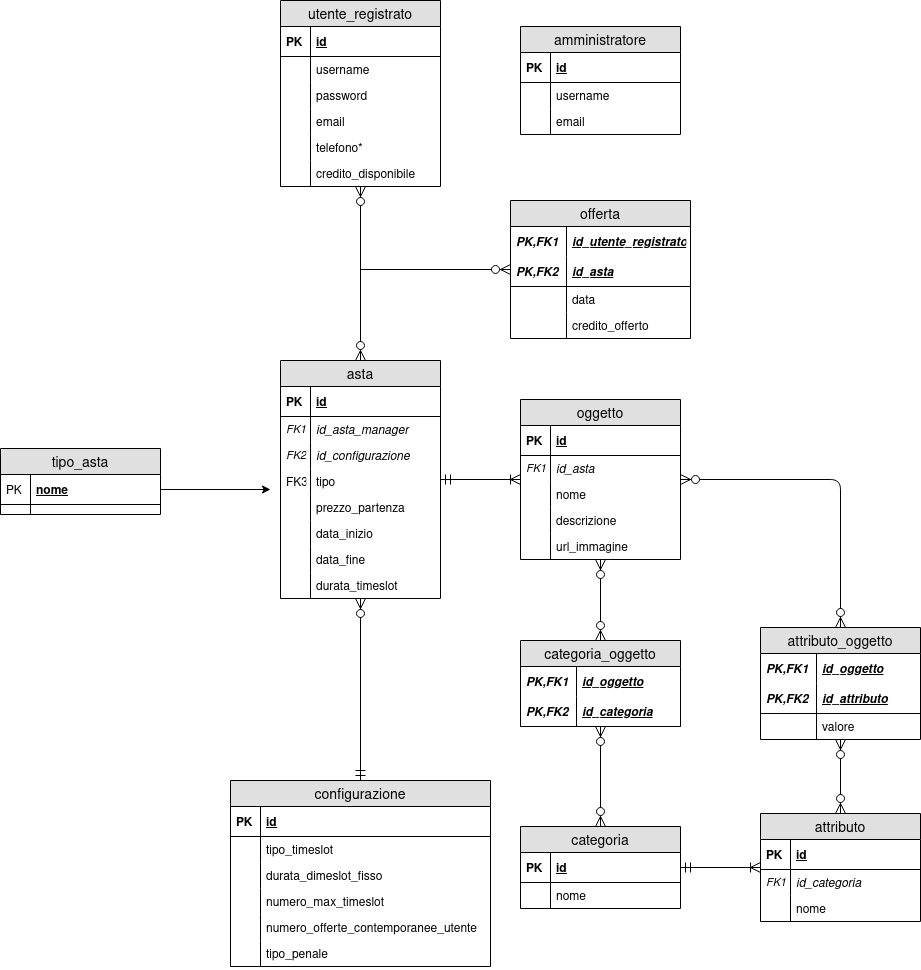
This is Documentazione/Progettazione/Database/Progettazione logica/Relational Model Diagram.png from UnimibSoftEngCourse1920/progetto-aste-2-gruppo-aste-2, a draw.io export, as it was before one commit. Source tidied: cells renumbered, new cells last; positions are measured from the earlier drawing's top-left corner, leaving out a move shared by most shapes.
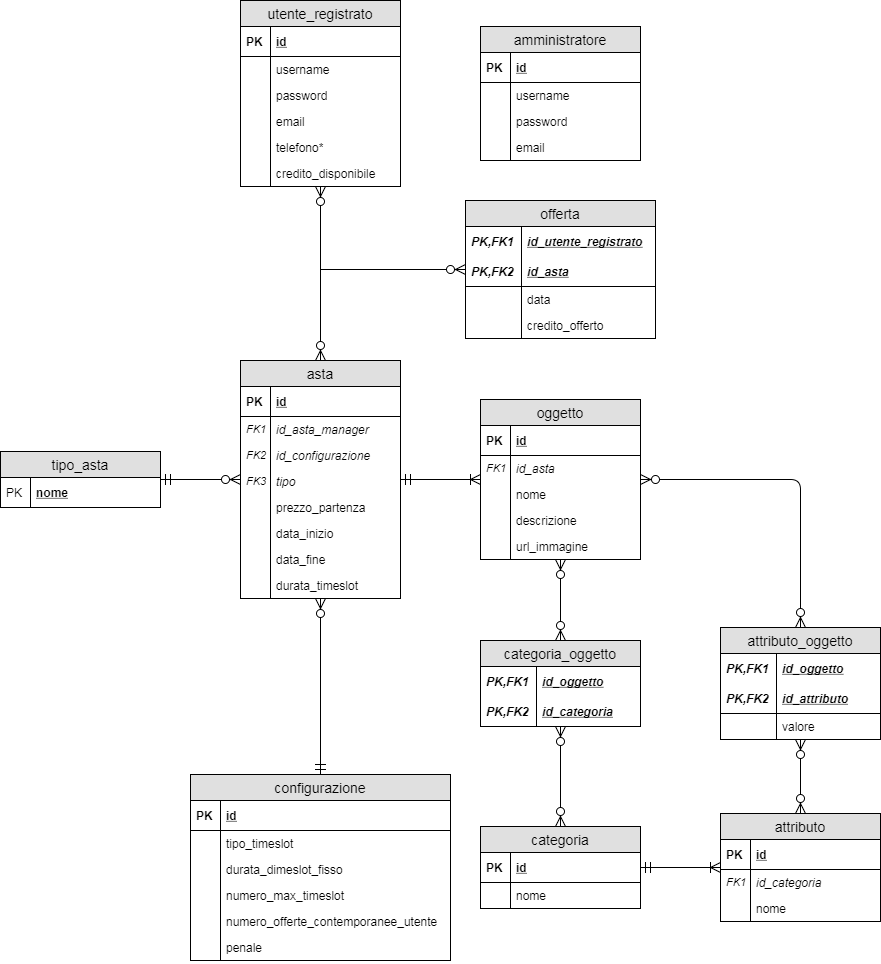
The same diagram one commit later.

Commit message:
Updated Class Diagram and Database Diagrams

The edit, as a diff of the source:
```diff
@@ -42,7 +42,7 @@
       <mxGeometry width="30" height="26" as="geometry" />
     </mxCell>
     <mxCell id="15" value="amministratore" style="swimlane;fontStyle=0;horizontal=1;startSize=26;fillColor=#e0e0e0;swimlaneFillColor=#ffffff;align=center;fontSize=14;" parent="1" vertex="1">
-      <mxGeometry x="520" y="26" width="160" height="108" as="geometry" />
+      <mxGeometry x="520" y="26" width="160" height="134" as="geometry" />
     </mxCell>
     <mxCell id="16" value="id" style="shape=partialRectangle;top=0;left=0;right=0;bottom=1;align=left;verticalAlign=middle;fillColor=none;spacingLeft=34;spacingRight=4;overflow=hidden;fontStyle=5;fontSize=12;" parent="15" vertex="1">
       <mxGeometry y="26" width="160" height="30" as="geometry" />
@@ -56,8 +56,14 @@
     <mxCell id="19" style="shape=partialRectangle;top=0;left=0;bottom=0;fillColor=none;align=left;verticalAlign=top;spacingLeft=4;spacingRight=4;overflow=hidden;fontSize=12;" parent="18" vertex="1">
       <mxGeometry width="30" height="26" as="geometry" />
     </mxCell>
+    <mxCell id="111" value="password" style="shape=partialRectangle;top=0;left=0;right=0;bottom=0;align=left;verticalAlign=top;fillColor=none;spacingLeft=34;spacingRight=4;overflow=hidden;fontSize=12;" parent="15" vertex="1">
+      <mxGeometry y="82" width="160" height="26" as="geometry" />
+    </mxCell>
+    <mxCell id="112" style="shape=partialRectangle;top=0;left=0;bottom=0;fillColor=none;align=left;verticalAlign=top;spacingLeft=4;spacingRight=4;overflow=hidden;fontSize=12;" parent="111" vertex="1">
+      <mxGeometry width="30" height="26" as="geometry" />
+    </mxCell>
     <mxCell id="20" value="email" style="shape=partialRectangle;top=0;left=0;right=0;bottom=0;align=left;verticalAlign=top;fillColor=none;spacingLeft=34;spacingRight=4;overflow=hidden;fontSize=12;" parent="15" vertex="1">
-      <mxGeometry y="82" width="160" height="26" as="geometry" />
+      <mxGeometry y="108" width="160" height="26" as="geometry" />
     </mxCell>
     <mxCell id="21" style="shape=partialRectangle;top=0;left=0;bottom=0;fillColor=none;align=left;verticalAlign=top;spacingLeft=4;spacingRight=4;overflow=hidden;fontSize=12;" parent="20" vertex="1">
       <mxGeometry width="30" height="26" as="geometry" />
@@ -83,10 +89,10 @@
     <mxCell id="28" value="FK2" style="shape=partialRectangle;top=0;left=0;bottom=0;fillColor=none;align=left;verticalAlign=top;spacingLeft=4;spacingRight=4;overflow=hidden;fontSize=11;fontStyle=2;" parent="27" vertex="1">
       <mxGeometry width="30" height="26" as="geometry" />
     </mxCell>
-    <mxCell id="29" value="tipo" style="shape=partialRectangle;top=0;left=0;right=0;bottom=0;align=left;verticalAlign=top;fillColor=none;spacingLeft=34;spacingRight=4;overflow=hidden;fontSize=12;" parent="22" vertex="1">
+    <mxCell id="29" value="tipo" style="shape=partialRectangle;top=0;left=0;right=0;bottom=0;align=left;verticalAlign=top;fillColor=none;spacingLeft=34;spacingRight=4;overflow=hidden;fontSize=12;fontStyle=2;" parent="22" vertex="1">
       <mxGeometry y="108" width="160" height="26" as="geometry" />
     </mxCell>
-    <mxCell id="30" value="FK3" style="shape=partialRectangle;top=0;left=0;bottom=0;fillColor=none;align=left;verticalAlign=top;spacingLeft=4;spacingRight=4;overflow=hidden;fontSize=12;" parent="29" vertex="1">
+    <mxCell id="30" value="FK3" style="shape=partialRectangle;top=0;left=0;bottom=0;fillColor=none;align=left;verticalAlign=top;spacingLeft=4;spacingRight=4;overflow=hidden;fontSize=11;fontStyle=2;" parent="29" vertex="1">
       <mxGeometry width="30" height="26" as="geometry" />
     </mxCell>
     <mxCell id="31" value="prezzo_partenza" style="shape=partialRectangle;top=0;left=0;right=0;bottom=0;align=left;verticalAlign=top;fillColor=none;spacingLeft=34;spacingRight=4;overflow=hidden;fontSize=12;" parent="22" vertex="1">
@@ -114,34 +120,34 @@
       <mxGeometry width="30" height="26" as="geometry" />
     </mxCell>
     <mxCell id="39" value="offerta" style="swimlane;fontStyle=0;horizontal=1;startSize=26;fillColor=#e0e0e0;swimlaneFillColor=#ffffff;align=center;fontSize=14;" parent="1" vertex="1">
-      <mxGeometry x="510" y="200" width="180" height="138" as="geometry" />
+      <mxGeometry x="505" y="200" width="190" height="138" as="geometry" />
     </mxCell>
     <mxCell id="40" value="id_utente_registrato" style="shape=partialRectangle;top=0;left=0;right=0;bottom=0;align=left;verticalAlign=middle;fillColor=none;spacingLeft=60;spacingRight=4;overflow=hidden;fontStyle=7;fontSize=12;" parent="39" vertex="1">
-      <mxGeometry y="26" width="180" height="30" as="geometry" />
+      <mxGeometry y="26" width="190" height="30" as="geometry" />
     </mxCell>
     <mxCell id="41" value="PK,FK1" style="shape=partialRectangle;fontStyle=3;top=0;left=0;bottom=0;fillColor=none;align=left;verticalAlign=middle;spacingLeft=4;spacingRight=4;overflow=hidden;fontSize=12;" parent="40" vertex="1">
       <mxGeometry width="56" height="30" as="geometry" />
     </mxCell>
     <mxCell id="42" value="id_asta" style="shape=partialRectangle;top=0;left=0;right=0;bottom=1;align=left;verticalAlign=middle;fillColor=none;spacingLeft=60;spacingRight=4;overflow=hidden;fontStyle=7;fontSize=12;" parent="39" vertex="1">
-      <mxGeometry y="56" width="180" height="30" as="geometry" />
+      <mxGeometry y="56" width="190" height="30" as="geometry" />
     </mxCell>
     <mxCell id="43" value="PK,FK2" style="shape=partialRectangle;fontStyle=3;top=0;left=0;bottom=0;fillColor=none;align=left;verticalAlign=middle;spacingLeft=4;spacingRight=4;overflow=hidden;fontSize=12;" parent="42" vertex="1">
       <mxGeometry width="56" height="30" as="geometry" />
     </mxCell>
     <mxCell id="44" value="data" style="shape=partialRectangle;top=0;left=0;right=0;bottom=0;align=left;verticalAlign=top;fillColor=none;spacingLeft=60;spacingRight=4;overflow=hidden;fontSize=12;" parent="39" vertex="1">
-      <mxGeometry y="86" width="180" height="26" as="geometry" />
+      <mxGeometry y="86" width="190" height="26" as="geometry" />
     </mxCell>
     <mxCell id="45" style="shape=partialRectangle;top=0;left=0;bottom=0;fillColor=none;align=left;verticalAlign=top;spacingLeft=4;spacingRight=4;overflow=hidden;fontSize=12;" parent="44" vertex="1">
       <mxGeometry width="56" height="26" as="geometry" />
     </mxCell>
     <mxCell id="46" value="credito_offerto" style="shape=partialRectangle;top=0;left=0;right=0;bottom=0;align=left;verticalAlign=top;fillColor=none;spacingLeft=60;spacingRight=4;overflow=hidden;fontSize=12;" parent="39" vertex="1">
-      <mxGeometry y="112" width="180" height="26" as="geometry" />
+      <mxGeometry y="112" width="190" height="26" as="geometry" />
     </mxCell>
     <mxCell id="47" style="shape=partialRectangle;top=0;left=0;bottom=0;fillColor=none;align=left;verticalAlign=top;spacingLeft=4;spacingRight=4;overflow=hidden;fontSize=12;" parent="46" vertex="1">
       <mxGeometry width="56" height="26" as="geometry" />
     </mxCell>
     <mxCell id="48" value="configurazione" style="swimlane;fontStyle=0;horizontal=1;startSize=26;fillColor=#e0e0e0;swimlaneFillColor=#ffffff;align=center;fontSize=14;" parent="1" vertex="1">
-      <mxGeometry x="230" y="780" width="260" height="186" as="geometry" />
+      <mxGeometry x="230" y="774" width="260" height="186" as="geometry" />
     </mxCell>
     <mxCell id="49" value="id" style="shape=partialRectangle;top=0;left=0;right=0;bottom=1;align=left;verticalAlign=middle;fillColor=none;spacingLeft=34;spacingRight=4;overflow=hidden;fontStyle=5;fontSize=12;" parent="48" vertex="1">
       <mxGeometry y="26" width="260" height="30" as="geometry" />
@@ -173,7 +179,7 @@
     <mxCell id="58" style="shape=partialRectangle;top=0;left=0;bottom=0;fillColor=none;align=left;verticalAlign=top;spacingLeft=4;spacingRight=4;overflow=hidden;fontSize=12;" parent="57" vertex="1">
       <mxGeometry width="30" height="26" as="geometry" />
     </mxCell>
-    <mxCell id="59" value="tipo_penale" style="shape=partialRectangle;top=0;left=0;right=0;bottom=0;align=left;verticalAlign=top;fillColor=none;spacingLeft=34;spacingRight=4;overflow=hidden;fontSize=12;" parent="48" vertex="1">
+    <mxCell id="59" value="penale" style="shape=partialRectangle;top=0;left=0;right=0;bottom=0;align=left;verticalAlign=top;fillColor=none;spacingLeft=34;spacingRight=4;overflow=hidden;fontSize=12;" parent="48" vertex="1">
       <mxGeometry y="160" width="260" height="26" as="geometry" />
     </mxCell>
     <mxCell id="60" style="shape=partialRectangle;top=0;left=0;bottom=0;fillColor=none;align=left;verticalAlign=top;spacingLeft=4;spacingRight=4;overflow=hidden;fontSize=12;" parent="59" vertex="1">
@@ -314,7 +320,7 @@
       <mxGeometry relative="1" as="geometry" />
     </mxCell>
     <mxCell id="105" value="tipo_asta" style="swimlane;fontStyle=0;horizontal=1;startSize=26;fillColor=#e0e0e0;swimlaneFillColor=#ffffff;align=center;fontSize=14;" parent="1" vertex="1">
-      <mxGeometry y="448" width="160" height="66" as="geometry" />
+      <mxGeometry x="40" y="451" width="160" height="56" as="geometry" />
     </mxCell>
     <mxCell id="106" value="nome" style="shape=partialRectangle;top=0;left=0;right=0;bottom=1;align=left;verticalAlign=middle;fillColor=none;spacingLeft=34;spacingRight=4;overflow=hidden;points=[[0,0.5],[1,0.5]];portConstraint=eastwest;fontStyle=5;fontSize=12;" parent="105" vertex="1">
       <mxGeometry y="26" width="160" height="30" as="geometry" />
@@ -322,16 +328,8 @@
     <mxCell id="107" value="PK" style="shape=partialRectangle;top=0;left=0;bottom=0;fillColor=none;align=left;verticalAlign=middle;spacingLeft=4;spacingRight=4;overflow=hidden;fontSize=12;" parent="106" vertex="1">
       <mxGeometry width="30" height="30" as="geometry" />
     </mxCell>
-    <mxCell id="108" style="shape=partialRectangle;top=0;left=0;right=0;bottom=0;align=left;verticalAlign=top;fillColor=none;spacingLeft=34;spacingRight=4;overflow=hidden;fontSize=12;" parent="105" vertex="1">
-      <mxGeometry y="56" width="160" height="10" as="geometry" />
-    </mxCell>
-    <mxCell id="109" style="shape=partialRectangle;top=0;left=0;bottom=0;fillColor=none;align=left;verticalAlign=top;spacingLeft=4;spacingRight=4;overflow=hidden;fontSize=12;" parent="108" vertex="1">
-      <mxGeometry width="30" height="10" as="geometry" />
-    </mxCell>
-    <mxCell id="110" style="edgeStyle=orthogonalEdgeStyle;rounded=0;jettySize=auto;html=1;exitX=1;exitY=0.5;exitDx=0;exitDy=0;" parent="1" edge="1" source="106">
-      <mxGeometry relative="1" as="geometry">
-        <mxPoint x="270" y="489" as="targetPoint" />
-      </mxGeometry>
-    </mxCell>
+    <mxCell id="113" style="edgeStyle=orthogonalEdgeStyle;endArrow=ERzeroToMany;startArrow=ERmandOne;shadow=0;strokeWidth=1;endSize=8;startSize=8;startFill=0;endFill=1;" parent="1" edge="1" source="105" target="22">
+      <mxGeometry relative="1" as="geometry" />
+    </mxCell>
   </root>
 </mxGraphModel>
```
